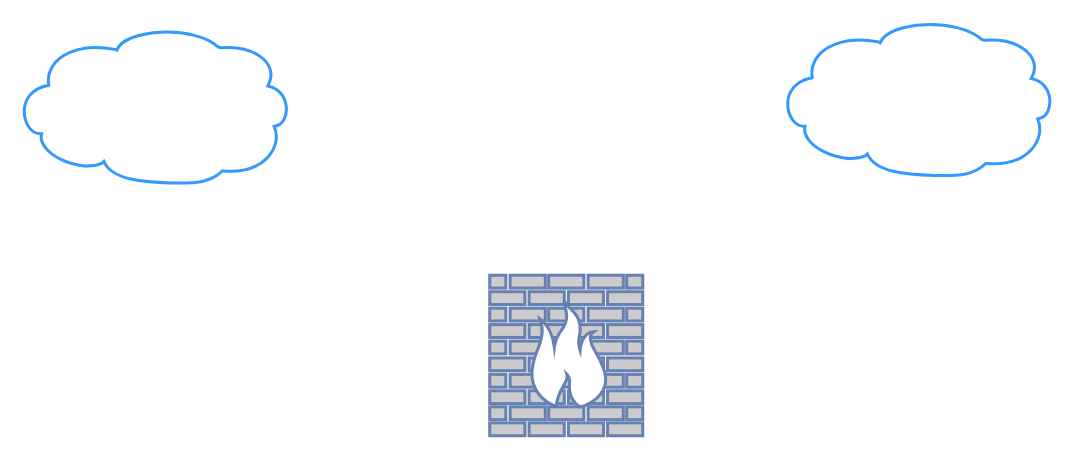
Earlier version of the draw.io diagram sodongly.drawio (pnptai94/giaydiduongbluezone). Source tidied: cells renumbered, new cells numbered last; positions are measured from the earlier drawing's top-left corner, leaving out a move shared by most shapes. Both pictures are drawn from the tidied source at 150%, with x=0, y=0 at pixel (12, 16).
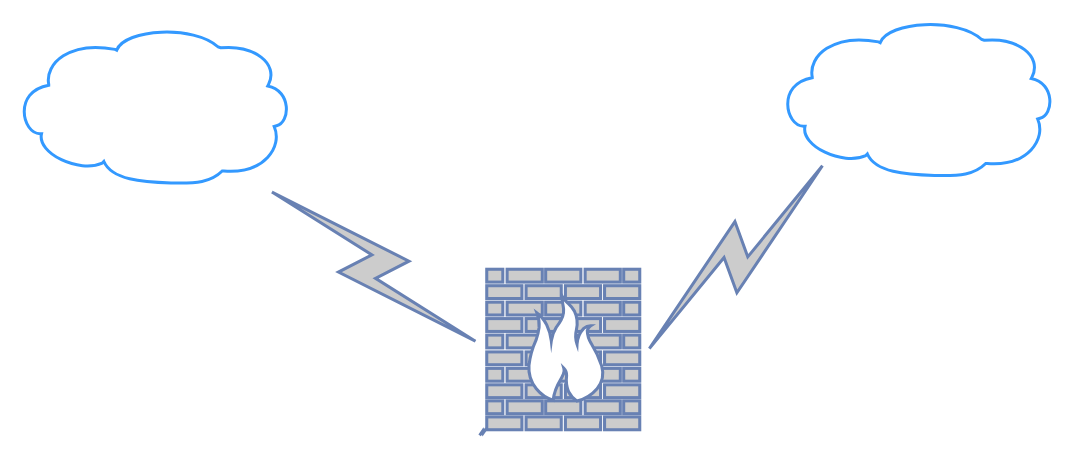
Above is the later version.

What changed in the source:
```diff
@@
 <mxGraphModel>
   <root>
     <mxCell id="0" />
     <mxCell id="1" parent="0" />
-    <mxCell id="2" style="fontColor=#0066CC;verticalAlign=top;verticalLabelPosition=bottom;labelPosition=center;align=center;html=1;outlineConnect=0;fillColor=#CCCCCC;strokeColor=#6881B3;gradientColor=none;gradientDirection=north;strokeWidth=2;shape=mxgraph.networks.firewall;labelBackgroundColor=#FFFFFF;" parent="1" vertex="1">
-      <mxGeometry x="318" y="172" width="102" height="107" as="geometry" />
-    </mxCell>
     <mxCell id="3" style="shape=mxgraph.cisco.storage.cloud;sketch=0;html=1;dashed=0;fillColor=none;strokeColor=#3399FF;strokeWidth=2;verticalLabelPosition=bottom;verticalAlign=top;align=center;outlineConnect=0;labelBackgroundColor=#FFFFFF;" parent="1" vertex="1">
       <mxGeometry y="5" width="186" height="106" as="geometry" />
     </mxCell>
     <mxCell id="4" style="shape=mxgraph.cisco.storage.cloud;sketch=0;html=1;dashed=0;fillColor=none;strokeColor=#3399FF;strokeWidth=2;verticalLabelPosition=bottom;verticalAlign=top;align=center;outlineConnect=0;labelBackgroundColor=#FFFFFF;" parent="1" vertex="1">
       <mxGeometry x="509" width="186" height="106" as="geometry" />
     </mxCell>
+    <mxCell id="5" style="html=1;outlineConnect=0;fillColor=#CCCCCC;strokeColor=#6881B3;gradientColor=none;gradientDirection=north;strokeWidth=2;shape=mxgraph.networks.comm_link_edge;html=1;rounded=0;endArrow=none;endFill=0;startArrow=none;entryX=0.2;entryY=0.87;entryDx=0;entryDy=0;entryPerimeter=0;" parent="1" edge="1" source="2" target="4">
+      <mxGeometry relative="1" as="geometry">
+        <Array as="points">
+          <mxPoint x="578" y="247" />
+        </Array>
+      </mxGeometry>
+    </mxCell>
+    <mxCell id="2" style="fontColor=#0066CC;verticalAlign=top;verticalLabelPosition=bottom;labelPosition=center;align=center;html=1;outlineConnect=0;fillColor=#CCCCCC;strokeColor=#6881B3;gradientColor=none;gradientDirection=north;strokeWidth=2;shape=mxgraph.networks.firewall;labelBackgroundColor=#FFFFFF;" parent="1" vertex="1">
+      <mxGeometry x="316" y="168" width="102" height="107" as="geometry" />
+    </mxCell>
+    <mxCell id="6" style="html=1;outlineConnect=0;fillColor=#CCCCCC;strokeColor=#6881B3;gradientColor=none;gradientDirection=north;strokeWidth=2;shape=mxgraph.networks.comm_link_edge;html=1;rounded=0;endArrow=none;endFill=0;" parent="1" edge="1" target="2">
+      <mxGeometry relative="1" as="geometry">
+        <mxPoint x="311" y="279" as="sourcePoint" />
+      </mxGeometry>
+    </mxCell>
+    <mxCell id="7" style="html=1;outlineConnect=0;fillColor=#CCCCCC;strokeColor=#6881B3;gradientColor=none;gradientDirection=north;strokeWidth=2;shape=mxgraph.networks.comm_link_edge;html=1;rounded=0;endArrow=none;endFill=0;entryX=0;entryY=0.5;entryDx=0;entryDy=0;entryPerimeter=0;" parent="1" edge="1" source="3" target="2">
+      <mxGeometry relative="1" as="geometry" />
+    </mxCell>
   </root>
 </mxGraphModel>
```
